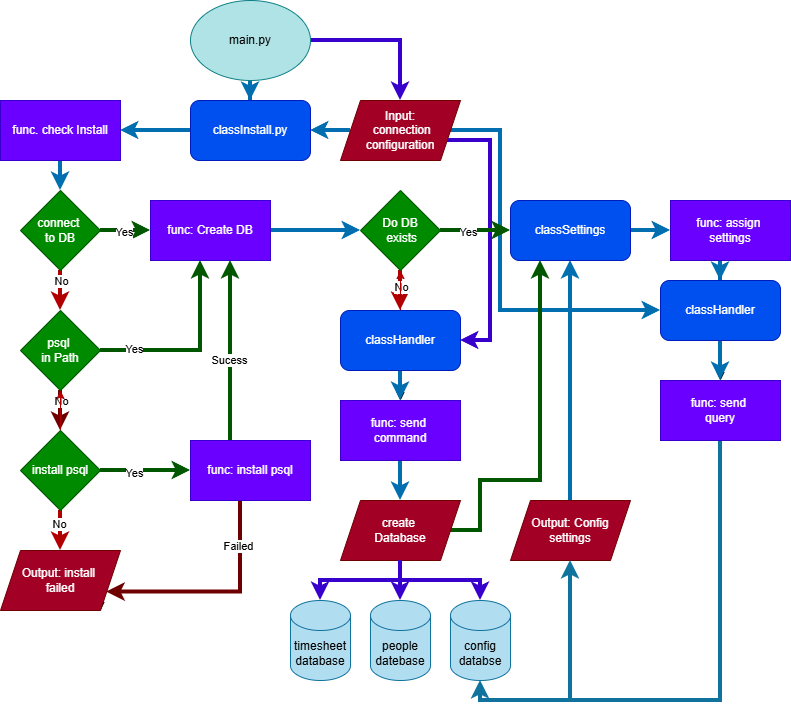
The draw.io diagram planning/setup_flowchart.drawio.png in whitedragonstudios/Scanner, before a commit. Source tidied: cells renumbered, new cells last; positions are measured from the earlier drawing's top-left corner, leaving out a move shared by most shapes.
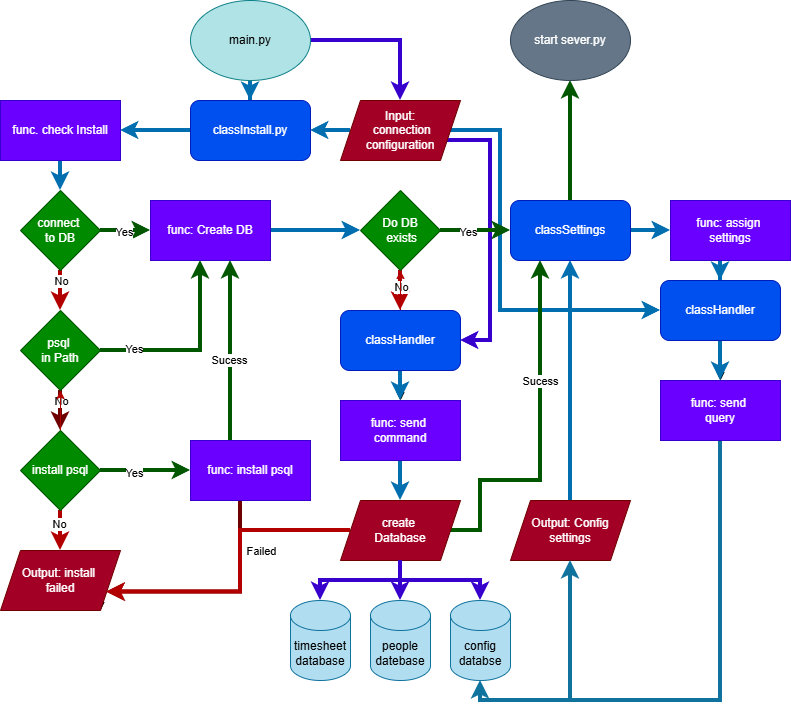
After the commit.

The edit, as a diff of the source:
```diff
@@ -101,7 +101,9 @@
       </mxGeometry>
     </mxCell>
     <mxCell id="28" value="Failed" style="edgeLabel;html=1;align=center;verticalAlign=middle;" parent="27" vertex="1">
-      <mxGeometry x="-0.6" y="-3" relative="1" as="geometry" />
+      <mxGeometry x="-0.6" y="-3" relative="1" as="geometry">
+        <mxPoint x="23" y="5" as="offset" />
+      </mxGeometry>
     </mxCell>
     <mxCell id="29" value="func: install psql" style="whiteSpace=wrap;html=1;fillColor=#6a00ff;fontColor=#ffffff;strokeColor=#3700CC;" parent="1" vertex="1">
       <mxGeometry x="190" y="440" width="120" height="60" as="geometry" />
@@ -136,14 +138,6 @@
     <mxCell id="35" value="Input:&lt;div&gt;&amp;nbsp;connection&lt;div&gt;configuration&lt;/div&gt;&lt;/div&gt;" style="shape=parallelogram;perimeter=parallelogramPerimeter;whiteSpace=wrap;html=1;fixedSize=1;fillColor=#a20025;fontColor=#ffffff;strokeColor=#6F0000;" parent="1" vertex="1">
       <mxGeometry x="340" y="100" width="120" height="60" as="geometry" />
     </mxCell>
-    <mxCell id="36" style="edgeStyle=orthogonalEdgeStyle;rounded=0;jettySize=auto;html=1;fillColor=#008a00;strokeColor=#005700;strokeWidth=4;" parent="1" edge="1" source="40">
-      <mxGeometry relative="1" as="geometry">
-        <mxPoint x="510" y="230" as="targetPoint" />
-      </mxGeometry>
-    </mxCell>
-    <mxCell id="37" value="Yes" style="edgeLabel;html=1;align=center;verticalAlign=middle;" parent="36" vertex="1">
-      <mxGeometry x="-0.23" y="-1" relative="1" as="geometry" />
-    </mxCell>
     <mxCell id="38" style="edgeStyle=orthogonalEdgeStyle;rounded=0;jettySize=auto;html=1;fillColor=#e51400;strokeColor=#B20000;strokeWidth=4;" parent="1" edge="1" source="40">
       <mxGeometry relative="1" as="geometry">
         <mxPoint x="400" y="310" as="targetPoint" />
@@ -187,6 +181,17 @@
         </Array>
       </mxGeometry>
     </mxCell>
+    <mxCell id="69" value="Sucess" style="edgeLabel;html=1;align=center;verticalAlign=middle;" parent="47" vertex="1">
+      <mxGeometry x="0.33" y="1" relative="1" as="geometry" />
+    </mxCell>
+    <mxCell id="70" style="edgeStyle=orthogonalEdgeStyle;rounded=0;jettySize=auto;html=1;entryX=1;entryY=0.75;entryDx=0;entryDy=0;strokeWidth=4;fillColor=#e51400;strokeColor=#B20000;" parent="1" edge="1" source="48" target="24">
+      <mxGeometry relative="1" as="geometry">
+        <Array as="points">
+          <mxPoint x="240" y="530" />
+          <mxPoint x="240" y="592" />
+        </Array>
+      </mxGeometry>
+    </mxCell>
     <mxCell id="48" value="create&amp;nbsp;&lt;div&gt;Database&lt;/div&gt;" style="shape=parallelogram;perimeter=parallelogramPerimeter;whiteSpace=wrap;html=1;fixedSize=1;fillColor=#a20025;fontColor=#ffffff;strokeColor=#6F0000;" parent="1" vertex="1">
       <mxGeometry x="340" y="500" width="120" height="60" as="geometry" />
     </mxCell>
@@ -219,6 +224,9 @@
     <mxCell id="54" value="Output: Config settings" style="shape=parallelogram;perimeter=parallelogramPerimeter;whiteSpace=wrap;html=1;fixedSize=1;fillColor=#a20025;fontColor=#ffffff;strokeColor=#6F0000;" parent="1" vertex="1">
       <mxGeometry x="510" y="500" width="120" height="60" as="geometry" />
     </mxCell>
+    <mxCell id="71" style="edgeStyle=orthogonalEdgeStyle;rounded=0;jettySize=auto;html=1;entryX=0.5;entryY=1;entryDx=0;entryDy=0;strokeWidth=4;fillColor=#008a00;strokeColor=#005700;" parent="1" edge="1" source="55" target="72">
+      <mxGeometry relative="1" as="geometry" />
+    </mxCell>
     <mxCell id="55" value="classSettings" style="rounded=1;whiteSpace=wrap;html=1;fillColor=#0050ef;fontColor=#ffffff;strokeColor=#001DBC;" parent="1" vertex="1">
       <mxGeometry x="510" y="200" width="120" height="60" as="geometry" />
     </mxCell>
@@ -266,5 +274,16 @@
     <mxCell id="68" value="func: assign&amp;nbsp;&lt;div&gt;settings&lt;/div&gt;" style="rounded=0;whiteSpace=wrap;html=1;fillColor=#6a00ff;fontColor=#ffffff;strokeColor=#3700CC;" parent="1" vertex="1">
       <mxGeometry x="670" y="200" width="120" height="60" as="geometry" />
     </mxCell>
+    <mxCell id="72" value="start sever.py" style="ellipse;whiteSpace=wrap;html=1;fillColor=#647687;fontColor=#ffffff;strokeColor=#314354;" parent="1" vertex="1">
+      <mxGeometry x="510" width="120" height="80" as="geometry" />
+    </mxCell>
+    <mxCell id="36" style="edgeStyle=orthogonalEdgeStyle;rounded=0;jettySize=auto;html=1;fillColor=#008a00;strokeColor=#005700;strokeWidth=4;" parent="1" edge="1" source="40">
+      <mxGeometry relative="1" as="geometry">
+        <mxPoint x="510" y="230" as="targetPoint" />
+      </mxGeometry>
+    </mxCell>
+    <mxCell id="37" value="Yes" style="edgeLabel;html=1;align=center;verticalAlign=middle;" parent="36" vertex="1">
+      <mxGeometry x="-0.23" y="-1" relative="1" as="geometry" />
+    </mxCell>
   </root>
 </mxGraphModel>
```
